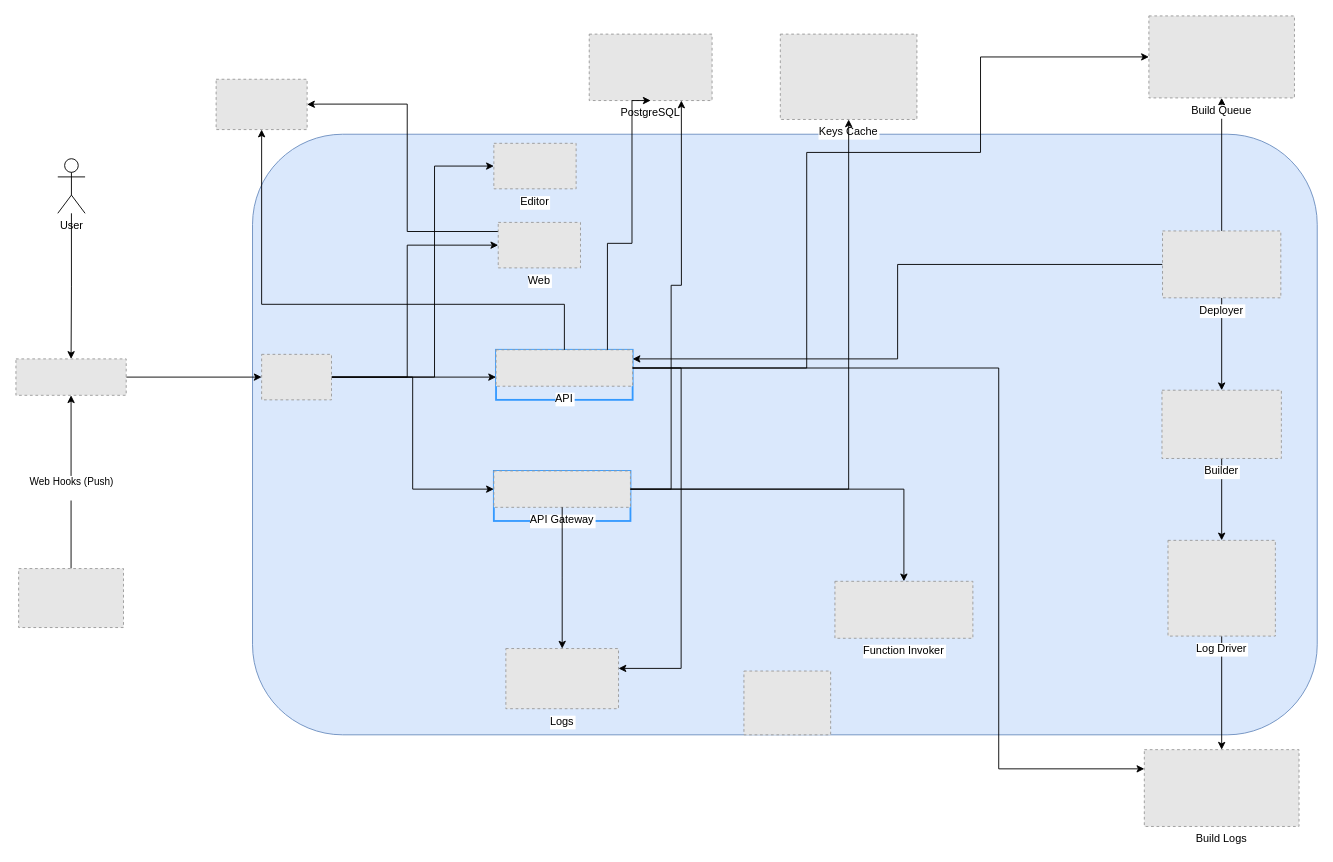
The draw.io diagram mycrocloud.drawio in mycrocloud/mycrocloud, before the edit. Source tidied: cells renumbered, new cells numbered last; positions are measured from the earlier drawing's top-left corner, leaving out a move shared by most shapes. Both pictures are drawn from the tidied source at 91%, with x=0, y=0 at pixel (15, 15). Pictures stored in the file or linked from it are replaced by grey dashed boxes.
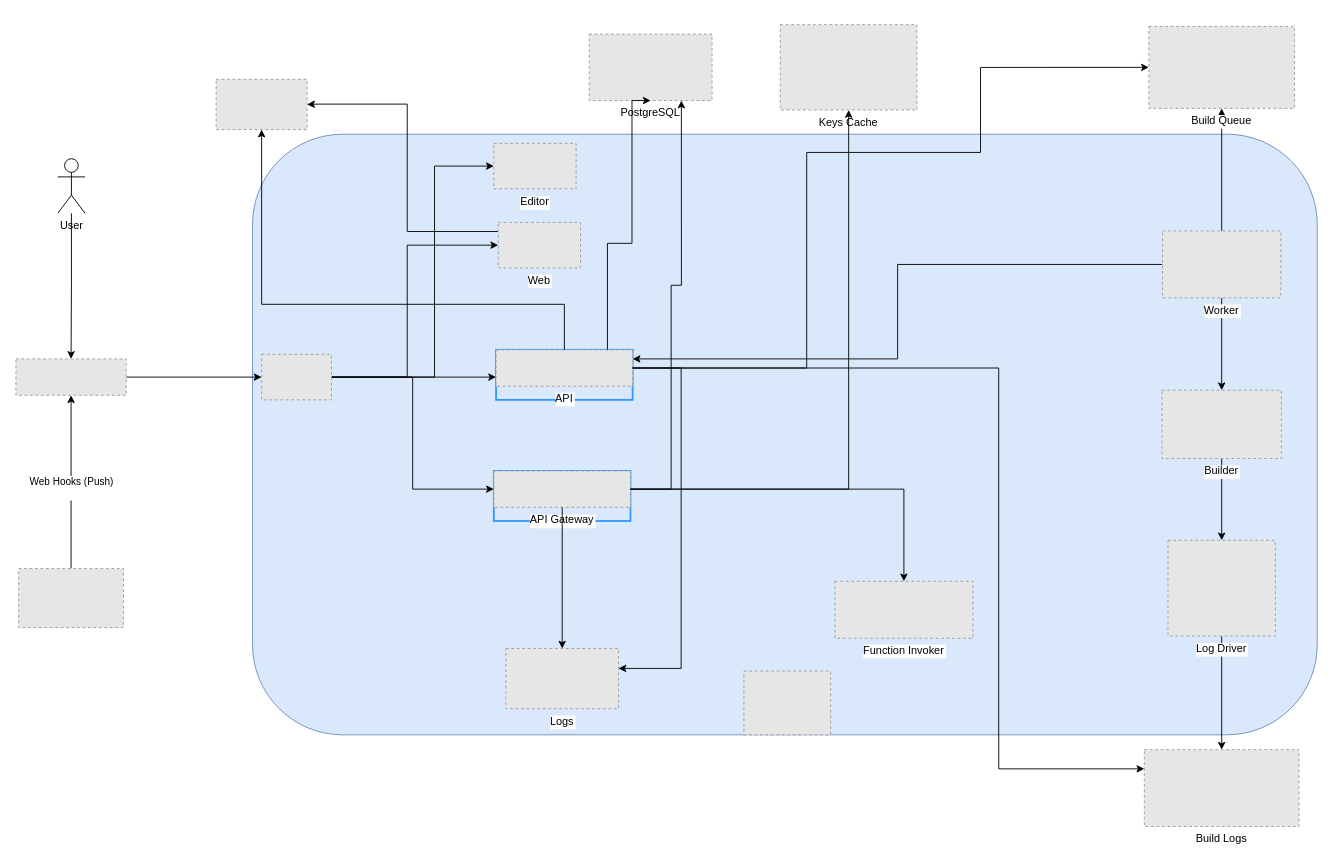
Above is the later version.

Change to the diagram source:
```diff
@@
-    <mxCell id="20" value="Deployer" style="fillColor=#E6E6E6;strokeColor=#999999;dashed=1;verticalLabelPosition=bottom;labelBackgroundColor=default;verticalAlign=top;" parent="1" vertex="1">
+    <mxCell id="20" value="Worker" style="fillColor=#E6E6E6;strokeColor=#999999;dashed=1;verticalLabelPosition=bottom;labelBackgroundColor=default;verticalAlign=top;" parent="1" vertex="1">
       <mxGeometry x="1260" y="236.3" width="130" height="73.5" as="geometry" />
     </mxCell>
     <mxCell id="21" value="Build Queue" style="fillColor=#E6E6E6;strokeColor=#999999;dashed=1;verticalLabelPosition=bottom;labelBackgroundColor=default;verticalAlign=top;" parent="1" vertex="1">
-      <mxGeometry x="1245" width="160" height="90.1" as="geometry" />
+      <mxGeometry x="1245" y="11.5" width="160" height="90.1" as="geometry" />
     </mxCell>
     <mxCell id="22" value="Keys Cache" style="fillColor=#E6E6E6;strokeColor=#999999;dashed=1;verticalLabelPosition=bottom;labelBackgroundColor=default;verticalAlign=top;" parent="1" vertex="1">
-      <mxGeometry x="840" y="20" width="150.1" height="93.8" as="geometry" />
+      <mxGeometry x="840" y="9.6" width="150.1" height="93.8" as="geometry" />
     </mxCell>
```
